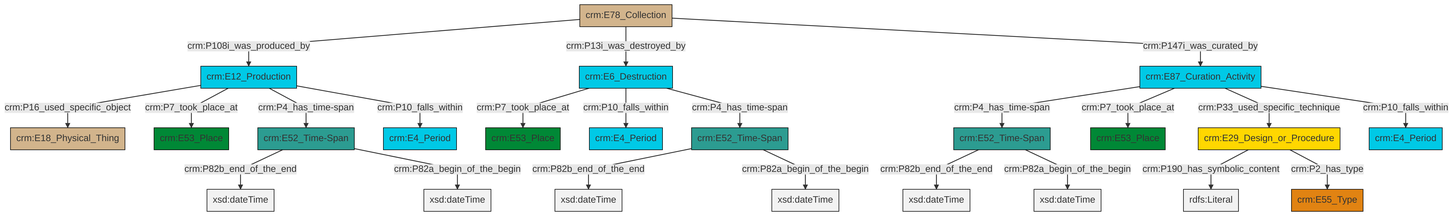
Earlier version of the Mermaid export et/archivalCSV/ttl/mmd/png/archival_existence.png (swiss-art-research-net/docs.swissartresearch). Its source is kept beside it as et/archivalCSV/ttl/mmd/archival_existence.ttl.mmd.
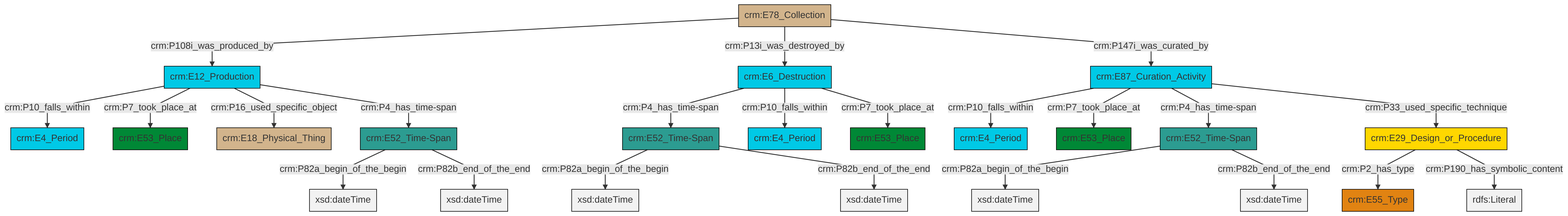
The same diagram one commit later.

Diff of the diagram source:
```diff
@@ -13,25 +13,25 @@
 classDef PC_Classes fill:#4ce600, stroke:#000000;
 classDef Multi fill:#cccccc,stroke:#000000;
 
-0["crm:E52_Time-Span"]:::Time-Span -->|crm:P82b_end_of_the_end| 1[xsd:dateTime]:::Literal
-2["crm:E87_Curation_Activity"]:::Temporal_Entity -->|crm:P4_has_time-span| 3["crm:E52_Time-Span"]:::Time-Span
-6["crm:E29_Design_or_Procedure"]:::Conceptual_Object -->|crm:P190_has_symbolic_content| 7[rdfs:Literal]:::Literal
-8["crm:E12_Production"]:::Temporal_Entity -->|crm:P16_used_specific_object| 9["crm:E18_Physical_Thing"]:::Physical_Thing
-11["crm:E78_Collection"]:::Physical_Thing -->|crm:P108i_was_produced_by| 8["crm:E12_Production"]:::Temporal_Entity
-2["crm:E87_Curation_Activity"]:::Temporal_Entity -->|crm:P7_took_place_at| 13["crm:E53_Place"]:::Place
-8["crm:E12_Production"]:::Temporal_Entity -->|crm:P7_took_place_at| 14["crm:E53_Place"]:::Place
-4["crm:E6_Destruction"]:::Temporal_Entity -->|crm:P7_took_place_at| 15["crm:E53_Place"]:::Place
-4["crm:E6_Destruction"]:::Temporal_Entity -->|crm:P10_falls_within| 17["crm:E4_Period"]:::Temporal_Entity
-11["crm:E78_Collection"]:::Physical_Thing -->|crm:P13i_was_destroyed_by| 4["crm:E6_Destruction"]:::Temporal_Entity
-11["crm:E78_Collection"]:::Physical_Thing -->|crm:P147i_was_curated_by| 2["crm:E87_Curation_Activity"]:::Temporal_Entity
-6["crm:E29_Design_or_Procedure"]:::Conceptual_Object -->|crm:P2_has_type| 20["crm:E55_Type"]:::Type
-0["crm:E52_Time-Span"]:::Time-Span -->|crm:P82a_begin_of_the_begin| 22[xsd:dateTime]:::Literal
-2["crm:E87_Curation_Activity"]:::Temporal_Entity -->|crm:P33_used_specific_technique| 6["crm:E29_Design_or_Procedure"]:::Conceptual_Object
-4["crm:E6_Destruction"]:::Temporal_Entity -->|crm:P4_has_time-span| 23["crm:E52_Time-Span"]:::Time-Span
-3["crm:E52_Time-Span"]:::Time-Span -->|crm:P82b_end_of_the_end| 24[xsd:dateTime]:::Literal
-23["crm:E52_Time-Span"]:::Time-Span -->|crm:P82b_end_of_the_end| 25[xsd:dateTime]:::Literal
-3["crm:E52_Time-Span"]:::Time-Span -->|crm:P82a_begin_of_the_begin| 27[xsd:dateTime]:::Literal
-23["crm:E52_Time-Span"]:::Time-Span -->|crm:P82a_begin_of_the_begin| 29[xsd:dateTime]:::Literal
-2["crm:E87_Curation_Activity"]:::Temporal_Entity -->|crm:P10_falls_within| 30["crm:E4_Period"]:::Temporal_Entity
-8["crm:E12_Production"]:::Temporal_Entity -->|crm:P4_has_time-span| 0["crm:E52_Time-Span"]:::Time-Span
-8["crm:E12_Production"]:::Temporal_Entity -->|crm:P10_falls_within| 31["crm:E4_Period"]:::Temporal_Entity
+0["crm:E52_Time-Span"]:::Time-Span -->|crm:P82a_begin_of_the_begin| 1[xsd:dateTime]:::Literal
+4["crm:E12_Production"]:::Temporal_Entity -->|crm:P10_falls_within| 5["crm:E4_Period"]:::Temporal_Entity
+6["crm:E6_Destruction"]:::Temporal_Entity -->|crm:P4_has_time-span| 0["crm:E52_Time-Span"]:::Time-Span
+7["crm:E78_Collection"]:::Physical_Thing -->|crm:P108i_was_produced_by| 4["crm:E12_Production"]:::Temporal_Entity
+8["crm:E52_Time-Span"]:::Time-Span -->|crm:P82a_begin_of_the_begin| 9[xsd:dateTime]:::Literal
+10["crm:E87_Curation_Activity"]:::Temporal_Entity -->|crm:P10_falls_within| 2["crm:E4_Period"]:::Temporal_Entity
+7["crm:E78_Collection"]:::Physical_Thing -->|crm:P13i_was_destroyed_by| 6["crm:E6_Destruction"]:::Temporal_Entity
+10["crm:E87_Curation_Activity"]:::Temporal_Entity -->|crm:P7_took_place_at| 22["crm:E53_Place"]:::Place
+8["crm:E52_Time-Span"]:::Time-Span -->|crm:P82b_end_of_the_end| 23[xsd:dateTime]:::Literal
+4["crm:E12_Production"]:::Temporal_Entity -->|crm:P7_took_place_at| 24["crm:E53_Place"]:::Place
+6["crm:E6_Destruction"]:::Temporal_Entity -->|crm:P10_falls_within| 25["crm:E4_Period"]:::Temporal_Entity
+0["crm:E52_Time-Span"]:::Time-Span -->|crm:P82b_end_of_the_end| 26[xsd:dateTime]:::Literal
+6["crm:E6_Destruction"]:::Temporal_Entity -->|crm:P7_took_place_at| 27["crm:E53_Place"]:::Place
+28["crm:E52_Time-Span"]:::Time-Span -->|crm:P82a_begin_of_the_begin| 29[xsd:dateTime]:::Literal
+10["crm:E87_Curation_Activity"]:::Temporal_Entity -->|crm:P4_has_time-span| 28["crm:E52_Time-Span"]:::Time-Span
+18["crm:E29_Design_or_Procedure"]:::Conceptual_Object -->|crm:P2_has_type| 15["crm:E55_Type"]:::Type
+4["crm:E12_Production"]:::Temporal_Entity -->|crm:P16_used_specific_object| 20["crm:E18_Physical_Thing"]:::Physical_Thing
+10["crm:E87_Curation_Activity"]:::Temporal_Entity -->|crm:P33_used_specific_technique| 18["crm:E29_Design_or_Procedure"]:::Conceptual_Object
+4["crm:E12_Production"]:::Temporal_Entity -->|crm:P4_has_time-span| 8["crm:E52_Time-Span"]:::Time-Span
+28["crm:E52_Time-Span"]:::Time-Span -->|crm:P82b_end_of_the_end| 37[xsd:dateTime]:::Literal
+7["crm:E78_Collection"]:::Physical_Thing -->|crm:P147i_was_curated_by| 10["crm:E87_Curation_Activity"]:::Temporal_Entity
+18["crm:E29_Design_or_Procedure"]:::Conceptual_Object -->|crm:P190_has_symbolic_content| 38[rdfs:Literal]:::Literal
```
